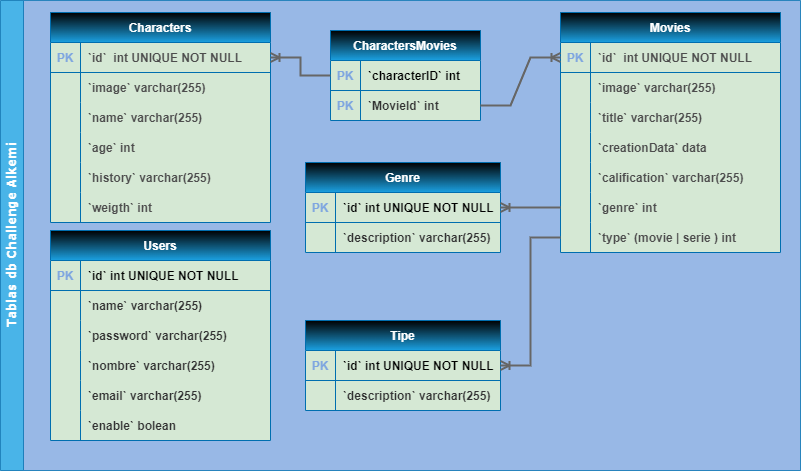
Before: db.png, a diagram exported from draw.io (alekusa/Alkemy_Challenge_NodeJs). Source tidied: cells renumbered, new cells last; positions are measured from the earlier drawing's top-left corner, leaving out a move shared by most shapes.
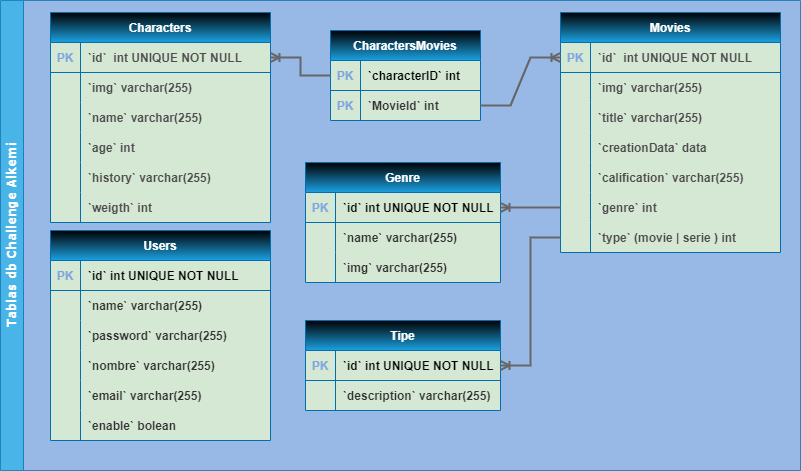
After the commit.

What changed in the source:
```diff
@@ -44,7 +44,7 @@
     <mxCell id="15" style="shape=partialRectangle;overflow=hidden;fillColor=none;strokeColor=inherit;top=0;left=0;bottom=0;right=0;" parent="14" vertex="1">
       <mxGeometry width="30" height="30" as="geometry" />
     </mxCell>
-    <mxCell id="16" value="`image` varchar(255)" style="shape=partialRectangle;overflow=hidden;fillColor=none;align=left;strokeColor=inherit;top=0;left=0;bottom=0;right=0;spacingLeft=6;fontColor=#4D4D4D;fontStyle=1;" parent="14" vertex="1">
+    <mxCell id="16" value="`img` varchar(255)" style="shape=partialRectangle;overflow=hidden;fillColor=none;align=left;strokeColor=inherit;top=0;left=0;bottom=0;right=0;spacingLeft=6;fontColor=#4D4D4D;fontStyle=1;" parent="14" vertex="1">
       <mxGeometry x="30" width="190" height="30" as="geometry" />
     </mxCell>
     <mxCell id="17" style="shape=tableRow;horizontal=0;startSize=0;swimlaneHead=0;swimlaneBody=0;fillColor=none;strokeColor=inherit;top=0;left=0;right=0;bottom=0;" parent="10" vertex="1">
@@ -110,7 +110,7 @@
     <mxCell id="37" style="shape=partialRectangle;overflow=hidden;fillColor=none;strokeColor=inherit;top=0;left=0;bottom=0;right=0;" parent="36" vertex="1">
       <mxGeometry width="30" height="30" as="geometry" />
     </mxCell>
-    <mxCell id="38" value="`image` varchar(255)" style="shape=partialRectangle;overflow=hidden;fillColor=none;align=left;strokeColor=inherit;top=0;left=0;bottom=0;right=0;spacingLeft=6;fontColor=#4D4D4D;fontStyle=1;" parent="36" vertex="1">
+    <mxCell id="38" value="`img` varchar(255)" style="shape=partialRectangle;overflow=hidden;fillColor=none;align=left;strokeColor=inherit;top=0;left=0;bottom=0;right=0;spacingLeft=6;fontColor=#4D4D4D;fontStyle=1;" parent="36" vertex="1">
       <mxGeometry x="30" width="190" height="30" as="geometry" />
     </mxCell>
     <mxCell id="39" style="shape=tableRow;horizontal=0;startSize=0;swimlaneHead=0;swimlaneBody=0;fillColor=none;strokeColor=inherit;top=0;left=0;right=0;bottom=0;" parent="32" vertex="1">
@@ -219,7 +219,7 @@
       <mxGeometry x="30" width="190" height="30" as="geometry" />
     </mxCell>
     <mxCell id="74" value="Genre" style="shape=table;startSize=30;rowLines=0;fontStyle=1;align=center;gradientDirection=north;swimlaneFillColor=#D5E8D4;fontColor=#ffffff;fillColor=#1ba1e2;strokeColor=#006EAF;gradientColor=default;" parent="2" vertex="1">
-      <mxGeometry x="305" y="162" width="195" height="90" as="geometry" />
+      <mxGeometry x="305" y="162" width="195" height="120" as="geometry" />
     </mxCell>
     <mxCell id="75" style="shape=tableRow;horizontal=0;startSize=0;swimlaneHead=0;swimlaneBody=0;fillColor=none;points=[[0,0.5],[1,0.5]];portConstraint=eastwest;strokeColor=inherit;top=0;left=0;right=0;bottom=1;fontColor=#666666;" parent="74" vertex="1">
       <mxGeometry y="30" width="195" height="30" as="geometry" />
@@ -236,9 +236,18 @@
     <mxCell id="79" style="shape=partialRectangle;overflow=hidden;fillColor=none;strokeColor=inherit;top=0;left=0;bottom=0;right=0;fontColor=#7EA6E0;fontStyle=1;" parent="78" vertex="1">
       <mxGeometry width="30" height="30" as="geometry" />
     </mxCell>
-    <mxCell id="80" value="`description` varchar(255)" style="shape=partialRectangle;overflow=hidden;fillColor=none;align=left;strokeColor=inherit;top=0;left=0;bottom=0;right=0;spacingLeft=6;fontColor=#333333;fontStyle=1;" parent="78" vertex="1">
+    <mxCell id="80" value="`name` varchar(255)" style="shape=partialRectangle;overflow=hidden;fillColor=none;align=left;strokeColor=inherit;top=0;left=0;bottom=0;right=0;spacingLeft=6;fontColor=#333333;fontStyle=1;" parent="78" vertex="1">
       <mxGeometry x="30" width="165" height="30" as="geometry" />
     </mxCell>
+    <mxCell id="90" style="shape=tableRow;horizontal=0;startSize=0;swimlaneHead=0;swimlaneBody=0;fillColor=none;strokeColor=inherit;top=0;left=0;right=0;bottom=0;fontColor=#666666;" parent="74" vertex="1">
+      <mxGeometry y="90" width="195" height="30" as="geometry" />
+    </mxCell>
+    <mxCell id="91" style="shape=partialRectangle;overflow=hidden;fillColor=none;strokeColor=inherit;top=0;left=0;bottom=0;right=0;fontColor=#7EA6E0;fontStyle=1;" parent="90" vertex="1">
+      <mxGeometry width="30" height="30" as="geometry" />
+    </mxCell>
+    <mxCell id="92" value="`img` varchar(255)" style="shape=partialRectangle;overflow=hidden;fillColor=none;align=left;strokeColor=inherit;top=0;left=0;bottom=0;right=0;spacingLeft=6;fontColor=#333333;fontStyle=1;" parent="90" vertex="1">
+      <mxGeometry x="30" width="165" height="30" as="geometry" />
+    </mxCell>
     <mxCell id="81" value="Tipe" style="shape=table;startSize=30;rowLines=0;fontStyle=1;align=center;gradientDirection=north;swimlaneFillColor=#D5E8D4;fontColor=#ffffff;fillColor=#1ba1e2;strokeColor=#006EAF;gradientColor=default;" parent="2" vertex="1">
       <mxGeometry x="305" y="320" width="195" height="90" as="geometry" />
     </mxCell>
```
